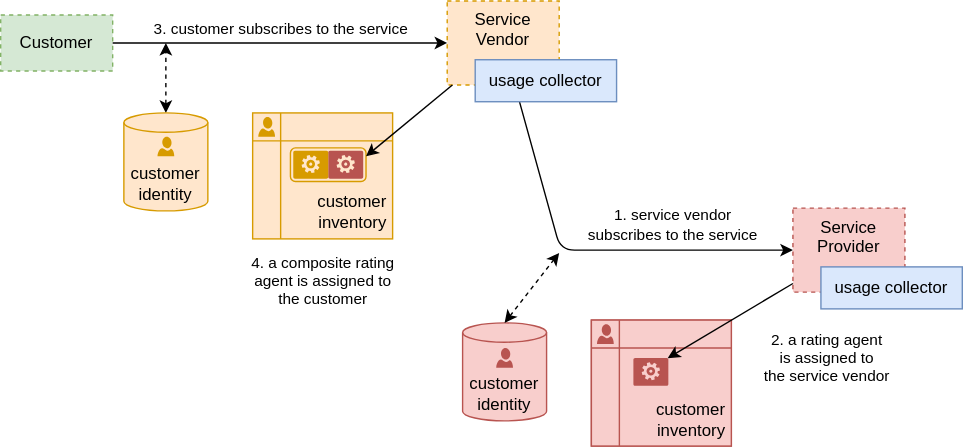
distributed-it-for-telco/distributed-rating-doc keeps this draw.io diagram as src/sequence-3rdparty-complex-subscription.drawio.svg. Above is the earlier version. Source tidied: cells renumbered, new cells last; positions are measured from the earlier drawing's top-left corner, leaving out a move shared by most shapes. Source of this version:
```xml
<mxGraphModel>
  <root>
    <mxCell id="0" />
    <mxCell id="1" parent="0" />
    <mxCell id="2" value="customer&lt;br&gt;identity" style="shape=cylinder3;whiteSpace=wrap;html=1;boundedLbl=1;backgroundOutline=1;size=6.904761904761841;fillColor=#f8cecc;strokeColor=#b85450;verticalAlign=bottom;" parent="1" vertex="1">
      <mxGeometry x="330" y="230" width="60" height="70" as="geometry" />
    </mxCell>
    <mxCell id="3" style="group;fillColor=#f8cecc;strokeColor=#b85450;" parent="1" vertex="1">
      <mxGeometry x="422" y="228" width="100" height="90" as="geometry" />
    </mxCell>
    <mxCell id="4" value="customer inventory" style="shape=internalStorage;whiteSpace=wrap;html=1;backgroundOutline=1;fillColor=#f8cecc;strokeColor=#b85450;align=right;verticalAlign=bottom;spacing=4;spacingTop=0;" parent="1" vertex="1">
      <mxGeometry x="422" y="228" width="100" height="90" as="geometry" />
    </mxCell>
    <mxCell id="5" style="verticalLabelPosition=bottom;html=1;verticalAlign=top;align=center;strokeColor=none;fillColor=#B85450;shape=mxgraph.azure.user;" parent="1" vertex="1">
      <mxGeometry x="426" y="231" width="12" height="14" as="geometry" />
    </mxCell>
    <mxCell id="6" style="verticalLabelPosition=bottom;html=1;verticalAlign=top;align=center;strokeColor=none;fillColor=#B85450;shape=mxgraph.azure.worker_role;" parent="1" vertex="1">
      <mxGeometry x="452" y="255" width="25" height="20" as="geometry" />
    </mxCell>
    <mxCell id="7" value="Service&lt;br&gt;Vendor" style="rounded=0;whiteSpace=wrap;html=1;fillColor=#ffe6cc;strokeColor=#d79b00;dashed=1;verticalAlign=top;" parent="1" vertex="1">
      <mxGeometry x="319" width="80" height="60" as="geometry" />
    </mxCell>
    <mxCell id="8" value="Customer" style="rounded=0;whiteSpace=wrap;html=1;fillColor=#d5e8d4;strokeColor=#82b366;dashed=1;" parent="1" vertex="1">
      <mxGeometry y="10" width="80" height="40" as="geometry" />
    </mxCell>
    <mxCell id="9" value="3. customer subscribes to the service" style="endArrow=classic;html=1;exitX=1;exitY=0.5;exitDx=0;exitDy=0;" parent="1" edge="1" source="8" target="7">
      <mxGeometry y="10" relative="1" as="geometry" />
    </mxCell>
    <mxCell id="10" style="endArrow=classic;startArrow=classic;html=1;dashed=1;" parent="1" edge="1">
      <mxGeometry relative="1" as="geometry">
        <mxPoint x="118" y="80" as="sourcePoint" />
        <mxPoint x="118" y="30" as="targetPoint" />
      </mxGeometry>
    </mxCell>
    <mxCell id="11" style="group;" parent="1" vertex="1">
      <mxGeometry x="88" y="80" width="60" height="70" as="geometry" />
    </mxCell>
    <mxCell id="12" value="customer&lt;br&gt;identity" style="shape=cylinder3;whiteSpace=wrap;html=1;boundedLbl=1;backgroundOutline=1;size=6.904761904761841;fillColor=#ffe6cc;strokeColor=#d79b00;verticalAlign=bottom;" parent="11" vertex="1">
      <mxGeometry width="60" height="70" as="geometry" />
    </mxCell>
    <mxCell id="13" style="verticalLabelPosition=bottom;html=1;verticalAlign=top;align=center;strokeColor=none;fillColor=#D79B00;shape=mxgraph.azure.user;" parent="11" vertex="1">
      <mxGeometry x="24" y="17" width="12" height="14" as="geometry" />
    </mxCell>
    <mxCell id="14" value="Service&lt;br&gt;Provider" style="rounded=0;whiteSpace=wrap;html=1;fillColor=#f8cecc;strokeColor=#b85450;dashed=1;verticalAlign=top;" parent="1" vertex="1">
      <mxGeometry x="566" y="148" width="80" height="60" as="geometry" />
    </mxCell>
    <mxCell id="15" value="usage collector" style="rounded=0;whiteSpace=wrap;html=1;fillColor=#dae8fc;strokeColor=#6c8ebf;verticalAlign=middle;" parent="1" vertex="1">
      <mxGeometry x="586" y="190" width="101" height="30" as="geometry" />
    </mxCell>
    <mxCell id="16" style="group;" parent="1" vertex="1">
      <mxGeometry x="330" y="231" width="60" height="70" as="geometry" />
    </mxCell>
    <mxCell id="17" style="verticalLabelPosition=bottom;html=1;verticalAlign=top;align=center;strokeColor=none;fillColor=#B85450;shape=mxgraph.azure.user;" parent="16" vertex="1">
      <mxGeometry x="24" y="17" width="12" height="14" as="geometry" />
    </mxCell>
    <mxCell id="18" style="group;" parent="1" vertex="1">
      <mxGeometry x="180" y="80" width="100" height="90" as="geometry" />
    </mxCell>
    <mxCell id="19" style="group;" parent="18" vertex="1">
      <mxGeometry width="100" height="90" as="geometry" />
    </mxCell>
    <mxCell id="20" value="customer inventory" style="shape=internalStorage;whiteSpace=wrap;html=1;backgroundOutline=1;fillColor=#ffe6cc;strokeColor=#d79b00;align=right;verticalAlign=bottom;spacing=4;spacingTop=0;" parent="19" vertex="1">
      <mxGeometry width="100" height="90" as="geometry" />
    </mxCell>
    <mxCell id="21" style="verticalLabelPosition=bottom;html=1;verticalAlign=top;align=center;strokeColor=none;fillColor=#D79B00;shape=mxgraph.azure.user;" parent="19" vertex="1">
      <mxGeometry x="4" y="3" width="12" height="14" as="geometry" />
    </mxCell>
    <mxCell id="22" style="group;" parent="19" vertex="1">
      <mxGeometry x="27" y="25" width="54" height="24" as="geometry" />
    </mxCell>
    <mxCell id="23" style="verticalLabelPosition=bottom;html=1;verticalAlign=top;align=center;strokeColor=none;fillColor=#B85450;shape=mxgraph.azure.worker_role;" parent="22" vertex="1">
      <mxGeometry x="27" y="2" width="25" height="20" as="geometry" />
    </mxCell>
    <mxCell id="24" style="rounded=1;whiteSpace=wrap;html=1;fillColor=none;strokeColor=#d79b00;" parent="22" vertex="1">
      <mxGeometry width="54" height="24" as="geometry" />
    </mxCell>
    <mxCell id="25" style="verticalLabelPosition=bottom;html=1;verticalAlign=top;align=center;strokeColor=none;fillColor=#D79B00;shape=mxgraph.azure.worker_role;" parent="18" vertex="1">
      <mxGeometry x="29" y="27" width="25" height="20" as="geometry" />
    </mxCell>
    <mxCell id="26" value="1. service vendor&lt;br&gt;subscribes to the service" style="endArrow=classic;html=1;" parent="1" edge="1" source="7" target="14">
      <mxGeometry x="0.4" y="18" relative="1" as="geometry">
        <Array as="points">
          <mxPoint x="400" y="178" />
        </Array>
      </mxGeometry>
    </mxCell>
    <mxCell id="27" value="usage collector" style="rounded=0;whiteSpace=wrap;html=1;fillColor=#dae8fc;strokeColor=#6c8ebf;verticalAlign=middle;" parent="1" vertex="1">
      <mxGeometry x="339" y="42" width="101" height="30" as="geometry" />
    </mxCell>
    <mxCell id="28" style="endArrow=classic;startArrow=classic;html=1;dashed=1;exitX=0.5;exitY=0;exitDx=0;exitDy=0;exitPerimeter=0;" parent="1" edge="1" source="2">
      <mxGeometry relative="1" as="geometry">
        <mxPoint x="399" y="180" as="targetPoint" />
      </mxGeometry>
    </mxCell>
    <mxCell id="29" value="2. a rating agent&lt;br&gt;&amp;nbsp;is assigned to &lt;br&gt;the service vendor" style="endArrow=classic;html=1;align=center;entryX=0.98;entryY=0.01;entryDx=0;entryDy=0;entryPerimeter=0;" parent="1" edge="1" source="14" target="6">
      <mxGeometry x="-0.87" y="58" relative="1" as="geometry" />
    </mxCell>
    <mxCell id="30" value="4. a composite rating&lt;br&gt;&amp;nbsp;agent&amp;nbsp;is assigned to &lt;br&gt;the customer" style="endArrow=classic;html=1;align=center;entryX=1;entryY=0.25;entryDx=0;entryDy=0;" parent="1" edge="1" source="7" target="24">
      <mxGeometry x="1" y="94" relative="1" as="geometry">
        <mxPoint x="-91" y="17" as="offset" />
      </mxGeometry>
    </mxCell>
  </root>
</mxGraphModel>
```
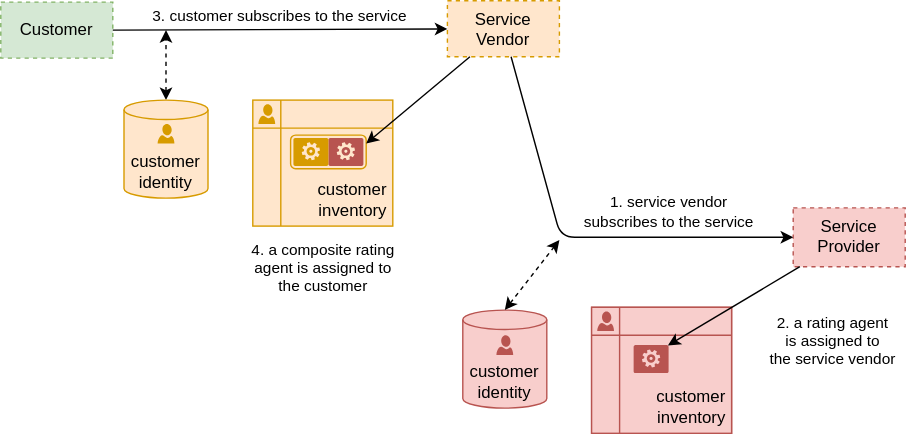
After the commit.

The edit, as a diff of the source:
```diff
@@ -18,7 +18,7 @@
       <mxGeometry x="452" y="255" width="25" height="20" as="geometry" />
     </mxCell>
     <mxCell id="7" value="Service&lt;br&gt;Vendor" style="rounded=0;whiteSpace=wrap;html=1;fillColor=#ffe6cc;strokeColor=#d79b00;dashed=1;verticalAlign=top;" parent="1" vertex="1">
-      <mxGeometry x="319" width="80" height="60" as="geometry" />
+      <mxGeometry x="319" y="9" width="80" height="40" as="geometry" />
     </mxCell>
     <mxCell id="8" value="Customer" style="rounded=0;whiteSpace=wrap;html=1;fillColor=#d5e8d4;strokeColor=#82b366;dashed=1;" parent="1" vertex="1">
       <mxGeometry y="10" width="80" height="40" as="geometry" />
@@ -42,11 +42,8 @@
       <mxGeometry x="24" y="17" width="12" height="14" as="geometry" />
     </mxCell>
     <mxCell id="14" value="Service&lt;br&gt;Provider" style="rounded=0;whiteSpace=wrap;html=1;fillColor=#f8cecc;strokeColor=#b85450;dashed=1;verticalAlign=top;" parent="1" vertex="1">
-      <mxGeometry x="566" y="148" width="80" height="60" as="geometry" />
+      <mxGeometry x="566" y="157" width="80" height="42" as="geometry" />
     </mxCell>
-    <mxCell id="15" value="usage collector" style="rounded=0;whiteSpace=wrap;html=1;fillColor=#dae8fc;strokeColor=#6c8ebf;verticalAlign=middle;" parent="1" vertex="1">
-      <mxGeometry x="586" y="190" width="101" height="30" as="geometry" />
-    </mxCell>
     <mxCell id="16" style="group;" parent="1" vertex="1">
       <mxGeometry x="330" y="231" width="60" height="70" as="geometry" />
     </mxCell>
@@ -84,9 +81,6 @@
         </Array>
       </mxGeometry>
     </mxCell>
-    <mxCell id="27" value="usage collector" style="rounded=0;whiteSpace=wrap;html=1;fillColor=#dae8fc;strokeColor=#6c8ebf;verticalAlign=middle;" parent="1" vertex="1">
-      <mxGeometry x="339" y="42" width="101" height="30" as="geometry" />
-    </mxCell>
     <mxCell id="28" style="endArrow=classic;startArrow=classic;html=1;dashed=1;exitX=0.5;exitY=0;exitDx=0;exitDy=0;exitPerimeter=0;" parent="1" edge="1" source="2">
       <mxGeometry relative="1" as="geometry">
         <mxPoint x="399" y="180" as="targetPoint" />
```
